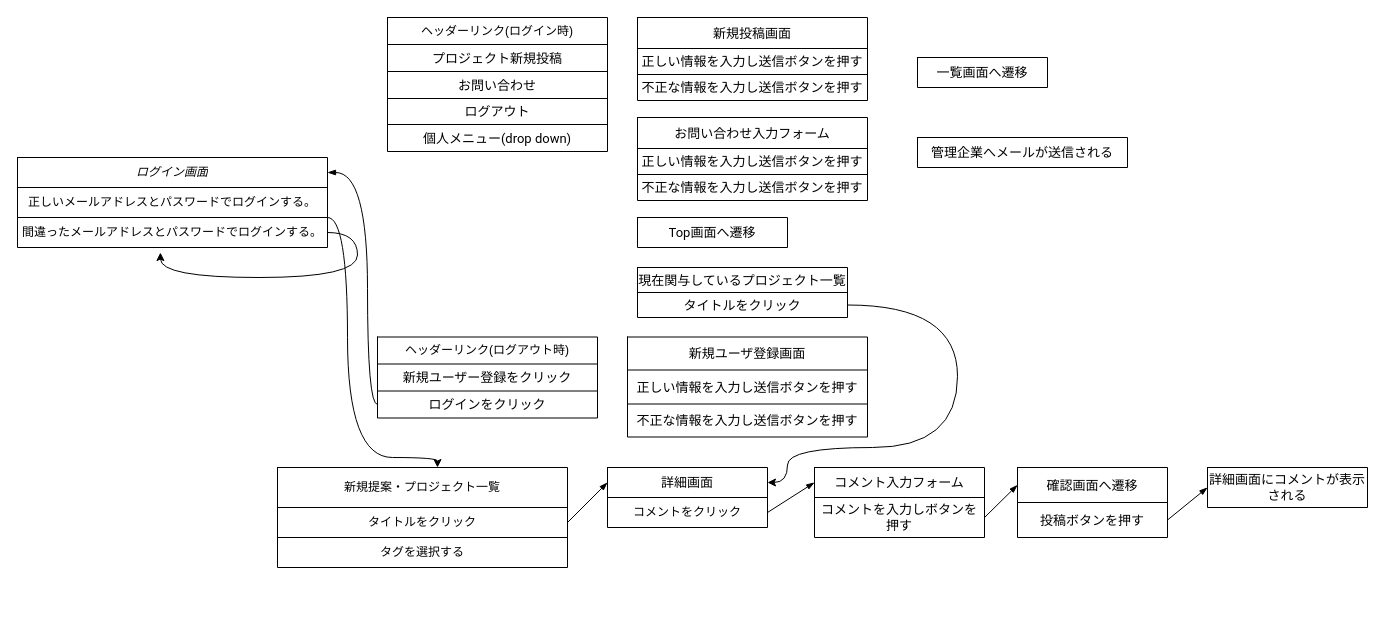
The draw.io diagram page "Page-1" (1 of 2) of 名称未設定ファイル.drawio in Sec-il-n/dic_guraduate_parts, before the edit. Source tidied: cells renumbered, new cells numbered last; positions are measured from the earlier drawing's top-left corner, leaving out a move shared by most shapes. Both pictures are drawn from the tidied source at 100%, with x=0, y=0 at pixel (17, 17).
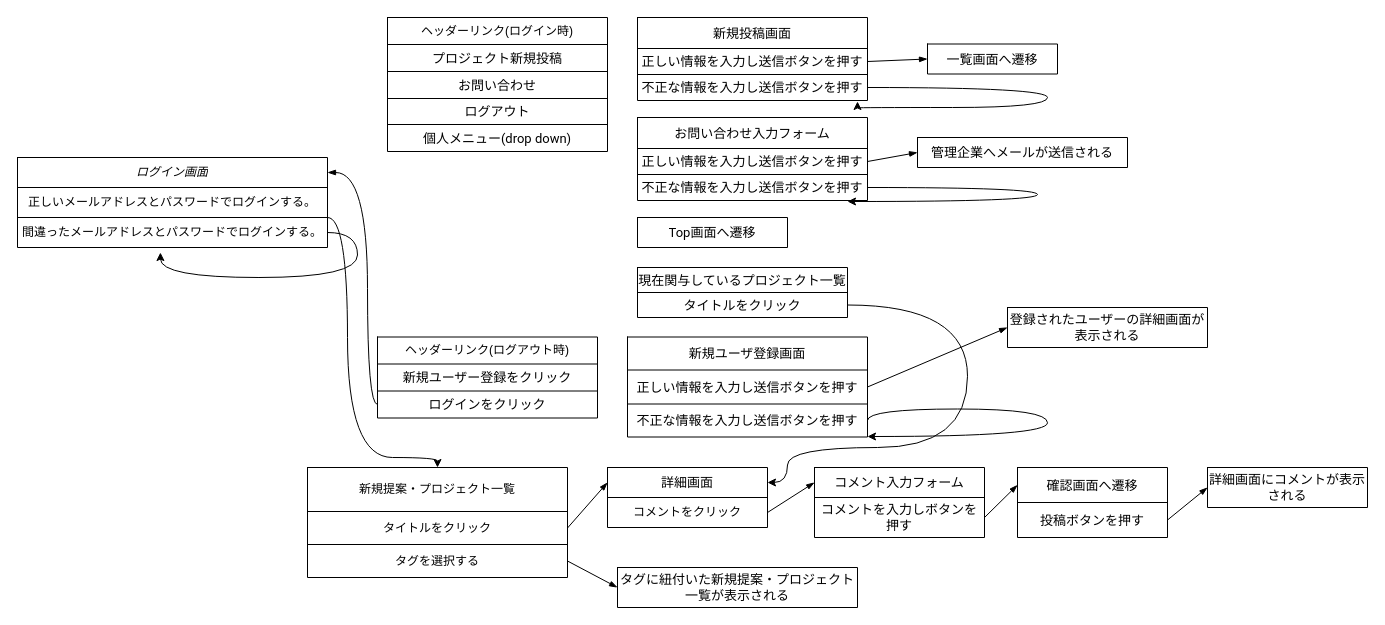
After the change.

Commit message (it also covers changes not shown here):
名称未設定ファイル.drawio を更新します

The change refers to these unchanged cells:
```xml
<mxCell id="19" style="shape=partialRectangle;html=1;whiteSpace=wrap;fillColor=none;top=0;left=0;bottom=0;right=0;points=[[0,0.5],[1,0.5]];portConstraint=eastwest;" parent="18" vertex="1">
  <mxGeometry width="160" height="30" as="geometry" />
</mxCell>
<mxCell id="50" style="shape=partialRectangle;html=1;whiteSpace=wrap;fillColor=none;top=0;left=0;bottom=0;right=0;points=[[0,0.5],[1,0.5]];portConstraint=eastwest;" parent="47" vertex="1">
  <mxGeometry y="31" width="230" height="26" as="geometry" />
</mxCell>
<mxCell id="52" style="shape=partialRectangle;html=1;whiteSpace=wrap;fillColor=none;top=0;left=0;bottom=0;right=0;points=[[0,0.5],[1,0.5]];portConstraint=eastwest;" parent="47" vertex="1">
  <mxGeometry y="57" width="230" height="26" as="geometry" />
</mxCell>
<mxCell id="55" style="shape=partialRectangle;html=1;whiteSpace=wrap;fillColor=none;top=0;left=0;bottom=0;right=0;points=[[0,0.5],[1,0.5]];portConstraint=eastwest;" parent="54" vertex="1">
  <mxGeometry width="130" height="30" as="geometry" />
</mxCell>
<mxCell id="57" style="shape=table;html=1;whiteSpace=wrap;startSize=0;childLayout=tableLayout;" parent="1" vertex="1">
  <mxGeometry x="620" y="100" width="230" height="83" as="geometry" />
</mxCell>
<mxCell id="60" style="shape=partialRectangle;html=1;whiteSpace=wrap;fillColor=none;top=0;left=0;bottom=0;right=0;points=[[0,0.5],[1,0.5]];portConstraint=eastwest;" parent="57" vertex="1">
  <mxGeometry y="31" width="230" height="26" as="geometry" />
</mxCell>
<mxCell id="62" style="shape=partialRectangle;html=1;whiteSpace=wrap;fillColor=none;top=0;left=0;bottom=0;right=0;points=[[0,0.5],[1,0.5]];portConstraint=eastwest;" parent="57" vertex="1">
  <mxGeometry y="57" width="230" height="26" as="geometry" />
</mxCell>
<mxCell id="65" style="shape=partialRectangle;html=1;whiteSpace=wrap;fillColor=none;top=0;left=0;bottom=0;right=0;points=[[0,0.5],[1,0.5]];portConstraint=eastwest;" parent="64" vertex="1">
  <mxGeometry width="210" height="30" as="geometry" />
</mxCell>
<mxCell id="74" style="shape=partialRectangle;html=1;whiteSpace=wrap;fillColor=none;top=0;left=0;bottom=0;right=0;points=[[0,0.5],[1,0.5]];portConstraint=eastwest;" parent="71" vertex="1">
  <mxGeometry y="25" width="210" height="25" as="geometry" />
</mxCell>
<mxCell id="83" style="shape=table;html=1;whiteSpace=wrap;startSize=0;childLayout=tableLayout;" parent="1" vertex="1">
  <mxGeometry x="610" y="319.5" width="240" height="100" as="geometry" />
</mxCell>
<mxCell id="86" style="shape=partialRectangle;html=1;whiteSpace=wrap;fillColor=none;top=0;left=0;bottom=0;right=0;points=[[0,0.5],[1,0.5]];portConstraint=eastwest;" parent="83" vertex="1">
  <mxGeometry y="33" width="240" height="34" as="geometry" />
</mxCell>
<mxCell id="88" style="shape=partialRectangle;html=1;whiteSpace=wrap;fillColor=none;top=0;left=0;bottom=0;right=0;points=[[0,0.5],[1,0.5]];portConstraint=eastwest;" parent="83" vertex="1">
  <mxGeometry y="67" width="240" height="33" as="geometry" />
</mxCell>
```

The edit, as a diff of the source:
```diff
@@
     <mxCell id="11" style="shape=table;html=1;whiteSpace=wrap;startSize=0;childLayout=tableLayout;" parent="1" vertex="1">
-      <mxGeometry x="260" y="450" width="290" height="100" as="geometry" />
+      <mxGeometry x="290" y="450" width="260" height="110" as="geometry" />
     </mxCell>
     <mxCell id="12" style="shape=partialRectangle;html=1;whiteSpace=wrap;fillColor=none;top=0;left=0;bottom=0;right=0;" parent="11" vertex="1">
-      <mxGeometry width="290" height="40" as="geometry" />
+      <mxGeometry width="260" height="44" as="geometry" />
     </mxCell>
     <mxCell id="13" value="&lt;span&gt;新規提案・プロジェクト一覧&lt;/span&gt;" style="shape=partialRectangle;html=1;whiteSpace=wrap;overflow=hidden;fillColor=none;top=0;left=0;bottom=0;right=0;fontStyle=0;" parent="12" vertex="1">
-      <mxGeometry width="290" height="40" as="geometry" />
+      <mxGeometry width="260" height="44" as="geometry" />
     </mxCell>
     <mxCell id="14" style="shape=partialRectangle;html=1;whiteSpace=wrap;fillColor=none;top=0;left=0;bottom=0;right=0;points=[[0,0.5],[1,0.5]];portConstraint=eastwest;" parent="11" vertex="1">
-      <mxGeometry y="40" width="290" height="30" as="geometry" />
+      <mxGeometry y="44" width="260" height="33" as="geometry" />
     </mxCell>
     <mxCell id="15" value="&lt;div style=&quot;text-align: left&quot;&gt;&lt;span&gt;タイトルをクリック&lt;/span&gt;&lt;/div&gt;" style="shape=partialRectangle;html=1;whiteSpace=wrap;overflow=hidden;fillColor=none;top=0;left=0;bottom=0;right=0;" parent="14" vertex="1">
-      <mxGeometry width="290" height="30" as="geometry" />
+      <mxGeometry width="260" height="33" as="geometry" />
     </mxCell>
     <mxCell id="16" style="shape=partialRectangle;html=1;whiteSpace=wrap;fillColor=none;top=0;left=0;bottom=0;right=0;points=[[0,0.5],[1,0.5]];portConstraint=eastwest;" parent="11" vertex="1">
-      <mxGeometry y="70" width="290" height="30" as="geometry" />
+      <mxGeometry y="77" width="260" height="33" as="geometry" />
     </mxCell>
     <mxCell id="17" value="&lt;div style=&quot;text-align: left&quot;&gt;&lt;span&gt;タグを選択する&lt;/span&gt;&lt;/div&gt;" style="shape=partialRectangle;html=1;whiteSpace=wrap;overflow=hidden;fillColor=none;top=0;left=0;bottom=0;right=0;" parent="16" vertex="1">
-      <mxGeometry width="290" height="30" as="geometry" />
+      <mxGeometry width="260" height="33" as="geometry" />
     </mxCell>
@@
     <mxCell id="54" style="shape=table;html=1;whiteSpace=wrap;startSize=0;childLayout=tableLayout;" parent="1" vertex="1">
-      <mxGeometry x="900" y="40" width="130" height="30" as="geometry" />
+      <mxGeometry x="910" y="26.5" width="130" height="30" as="geometry" />
     </mxCell>
@@
+    <mxCell id="95" style="edgeStyle=orthogonalEdgeStyle;curved=1;jettySize=auto;html=1;exitX=1;exitY=0.5;exitDx=0;exitDy=0;exitPerimeter=0;" parent="57" edge="1" source="62">
+      <mxGeometry relative="1" as="geometry">
+        <mxPoint x="210" y="84" as="targetPoint" />
+        <Array as="points">
+          <mxPoint x="400" y="70" />
+          <mxPoint x="400" y="84" />
+        </Array>
+      </mxGeometry>
+    </mxCell>
@@
     <mxCell id="70" style="edgeStyle=orthogonalEdgeStyle;curved=1;jettySize=auto;html=1;exitX=1;exitY=0.5;exitDx=0;exitDy=0;entryX=1;entryY=0.5;entryDx=0;entryDy=0;" parent="1" edge="1" source="74" target="19">
       <mxGeometry relative="1" as="geometry">
         <Array as="points">
-          <mxPoint x="940" y="288" />
-          <mxPoint x="940" y="430" />
+          <mxPoint x="950" y="288" />
+          <mxPoint x="950" y="430" />
           <mxPoint x="770" y="430" />
           <mxPoint x="770" y="465" />
         </Array>
       </mxGeometry>
     </mxCell>
@@
+    <mxCell id="96" style="edgeStyle=orthogonalEdgeStyle;curved=1;orthogonalLoop=1;jettySize=auto;html=1;exitX=1;exitY=0.5;exitDx=0;exitDy=0;entryX=1;entryY=0.985;entryDx=0;entryDy=0;entryPerimeter=0;" parent="83" edge="1" source="88" target="88">
+      <mxGeometry relative="1" as="geometry">
+        <Array as="points">
+          <mxPoint x="240" y="72" />
+          <mxPoint x="420" y="72" />
+          <mxPoint x="420" y="100" />
+        </Array>
+      </mxGeometry>
+    </mxCell>
@@
+    <mxCell id="97" style="shape=table;html=1;whiteSpace=wrap;startSize=0;childLayout=tableLayout;" parent="1" vertex="1">
+      <mxGeometry x="600" y="550" width="240" height="40" as="geometry" />
+    </mxCell>
+    <mxCell id="98" style="shape=partialRectangle;html=1;whiteSpace=wrap;fillColor=none;top=0;left=0;bottom=0;right=0;points=[[0,0.5],[1,0.5]];portConstraint=eastwest;" parent="97" vertex="1">
+      <mxGeometry width="240" height="40" as="geometry" />
+    </mxCell>
+    <mxCell id="99" value="&lt;span style=&quot;font-family: &amp;#34;roboto&amp;#34; , &amp;#34;robotodraft&amp;#34; , &amp;#34;helvetica&amp;#34; , &amp;#34;arial&amp;#34; , sans-serif ; font-size: 13px ; background-color: rgb(255 , 255 , 255)&quot;&gt;タグに紐付いた新規提案・プロジェクト一覧が表示される&lt;/span&gt;" style="shape=partialRectangle;html=1;whiteSpace=wrap;overflow=hidden;fillColor=none;top=0;left=0;bottom=0;right=0;" parent="98" vertex="1">
+      <mxGeometry width="240" height="40" as="geometry" />
+    </mxCell>
+    <mxCell id="100" style="edgeStyle=none;jettySize=auto;html=1;exitX=0;exitY=0.5;exitDx=0;exitDy=0;entryX=1;entryY=0.5;entryDx=0;entryDy=0;startArrow=blockThin;startFill=1;endArrow=none;endFill=0;" parent="1" edge="1" source="98" target="16">
+      <mxGeometry relative="1" as="geometry" />
+    </mxCell>
+    <mxCell id="101" style="shape=table;html=1;whiteSpace=wrap;startSize=0;childLayout=tableLayout;" parent="1" vertex="1">
+      <mxGeometry x="990" y="290" width="200" height="40" as="geometry" />
+    </mxCell>
+    <mxCell id="102" style="shape=partialRectangle;html=1;whiteSpace=wrap;fillColor=none;top=0;left=0;bottom=0;right=0;points=[[0,0.5],[1,0.5]];portConstraint=eastwest;" parent="101" vertex="1">
+      <mxGeometry width="200" height="40" as="geometry" />
+    </mxCell>
+    <mxCell id="103" value="&lt;span style=&quot;font-family: &amp;#34;roboto&amp;#34; , &amp;#34;robotodraft&amp;#34; , &amp;#34;helvetica&amp;#34; , &amp;#34;arial&amp;#34; , sans-serif ; font-size: 13px ; background-color: rgb(255 , 255 , 255)&quot;&gt;登録されたユーザーの詳細画面が表示される&lt;/span&gt;" style="shape=partialRectangle;html=1;whiteSpace=wrap;overflow=hidden;fillColor=none;top=0;left=0;bottom=0;right=0;" parent="102" vertex="1">
+      <mxGeometry width="200" height="40" as="geometry" />
+    </mxCell>
+    <mxCell id="104" style="edgeStyle=none;jettySize=auto;html=1;exitX=0;exitY=0.5;exitDx=0;exitDy=0;entryX=1;entryY=0.5;entryDx=0;entryDy=0;startArrow=blockThin;startFill=1;endArrow=none;endFill=0;" parent="1" edge="1" source="102" target="86">
+      <mxGeometry relative="1" as="geometry" />
+    </mxCell>
+    <mxCell id="105" style="edgeStyle=none;jettySize=auto;html=1;exitX=0;exitY=0.5;exitDx=0;exitDy=0;entryX=1;entryY=0.5;entryDx=0;entryDy=0;startArrow=blockThin;startFill=1;endArrow=none;endFill=0;" parent="1" edge="1" source="65" target="60">
+      <mxGeometry relative="1" as="geometry" />
+    </mxCell>
+    <mxCell id="106" style="edgeStyle=none;jettySize=auto;html=1;exitX=0;exitY=0.5;exitDx=0;exitDy=0;entryX=1;entryY=0.5;entryDx=0;entryDy=0;startArrow=blockThin;startFill=1;endArrow=none;endFill=0;" parent="1" edge="1" source="55" target="50">
+      <mxGeometry relative="1" as="geometry" />
+    </mxCell>
+    <mxCell id="107" style="edgeStyle=orthogonalEdgeStyle;curved=1;jettySize=auto;html=1;exitX=1;exitY=0.5;exitDx=0;exitDy=0;" parent="1" edge="1" source="52">
+      <mxGeometry relative="1" as="geometry">
+        <mxPoint x="840" y="84" as="targetPoint" />
+        <Array as="points">
+          <mxPoint x="1030" y="70" />
+          <mxPoint x="1030" y="90" />
+          <mxPoint x="840" y="90" />
+        </Array>
+      </mxGeometry>
+    </mxCell>
```
